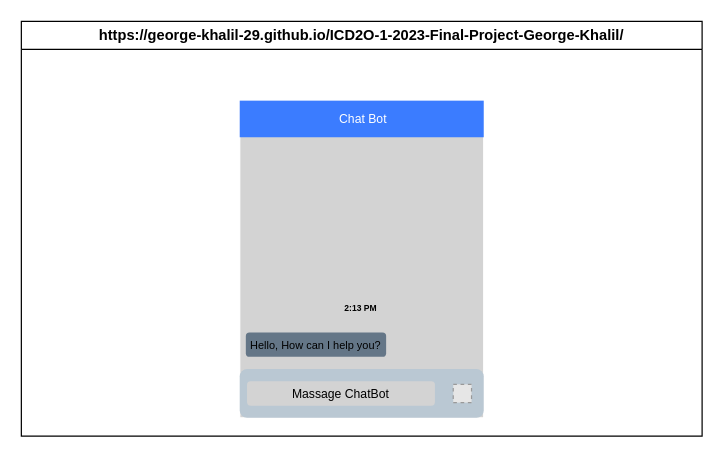
Above: design/storyboard.drawio in George-Khalil-29/ICD2O-1-2023-Final-Project-George-Khalil (draw.io), before the change. Source tidied: cells renumbered, new cells numbered last; positions are measured from the earlier drawing's top-left corner, leaving out a move shared by most shapes. Both pictures are drawn from the tidied source at 122%, with x=0, y=0 at pixel (21, 21). Pictures stored in the file or linked from it are replaced by grey dashed boxes.
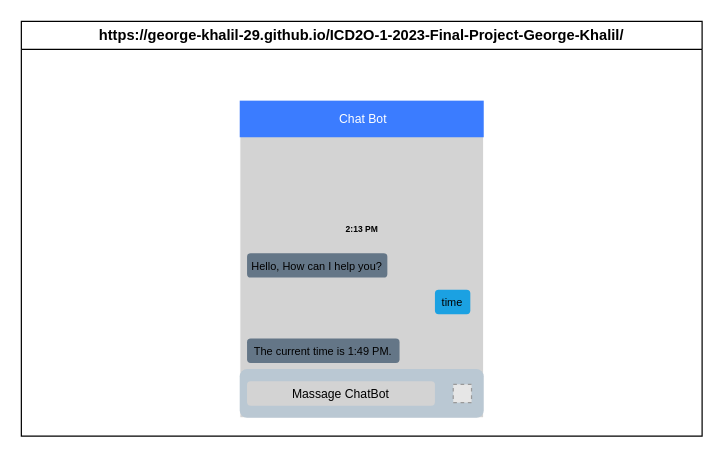
After the change.

Diff of the diagram source:
```diff
@@
 <mxGraphModel>
   <root>
     <mxCell id="0" />
     <mxCell id="1" parent="0" />
     <mxCell id="2" value="https://george-khalil-29.github.io/ICD2O-1-2023-Final-Project-George-Khalil/" style="swimlane;whiteSpace=wrap;html=1;" parent="1" vertex="1">
       <mxGeometry width="558" height="340" as="geometry" />
     </mxCell>
     <mxCell id="3" style="rounded=0;whiteSpace=wrap;html=1;fillColor=#D3D3D3;strokeColor=#FFFFFF;" parent="2" vertex="1">
       <mxGeometry x="179" y="65" width="200" height="260" as="geometry" />
     </mxCell>
     <mxCell id="4" style="rounded=1;whiteSpace=wrap;html=1;fillColor=#bac8d3;strokeColor=none;" parent="2" vertex="1">
       <mxGeometry x="179" y="285" width="200" height="40" as="geometry" />
     </mxCell>
     <mxCell id="5" value="&lt;font style=&quot;font-size: 10px;&quot; color=&quot;#000000&quot;&gt;Massage ChatBot&lt;/font&gt;" style="rounded=1;whiteSpace=wrap;html=1;fillColor=#D3D3D3;strokeColor=none;" parent="2" vertex="1">
       <mxGeometry x="185" y="295" width="154" height="20" as="geometry" />
     </mxCell>
     <mxCell id="6" style="fillColor=#E6E6E6;strokeColor=#999999;dashed=1;verticalLabelPosition=bottom;verticalAlign=top;" parent="2" vertex="1">
       <mxGeometry x="354" y="297.5" width="15" height="15" as="geometry" />
     </mxCell>
     <mxCell id="7" value="&lt;font style=&quot;font-size: 9px;&quot; color=&quot;#000000&quot;&gt;Hello, How can I help you?&lt;/font&gt;" style="rounded=1;whiteSpace=wrap;html=1;fontSize=10;fillColor=#647687;strokeColor=none;fontColor=#ffffff;" parent="2" vertex="1">
-      <mxGeometry x="184" y="255" width="115" height="20" as="geometry" />
+      <mxGeometry x="185" y="190" width="115" height="20" as="geometry" />
     </mxCell>
     <mxCell id="8" value="&lt;b&gt;&lt;font style=&quot;font-size: 7px;&quot;&gt;2:13 PM&lt;/font&gt;&lt;/b&gt;" style="text;html=1;align=center;verticalAlign=middle;strokeColor=none;fillColor=none;fontSize=9;fontColor=#000000;" parent="2" vertex="1">
-      <mxGeometry x="253" y="225" width="50" height="20" as="geometry" />
+      <mxGeometry x="254" y="160" width="50" height="20" as="geometry" />
     </mxCell>
     <mxCell id="9" value="&lt;font style=&quot;font-size: 10px;&quot; color=&quot;#ffffff&quot;&gt;&amp;nbsp;Chat Bot&lt;/font&gt;" style="rounded=0;whiteSpace=wrap;html=1;fontSize=7;fontColor=#000000;fillColor=#3B7CFF;strokeColor=none;" parent="2" vertex="1">
       <mxGeometry x="179" y="65" width="200" height="30" as="geometry" />
     </mxCell>
+    <mxCell id="10" value="&lt;font style=&quot;font-size: 9px;&quot; color=&quot;#000000&quot;&gt;time&lt;/font&gt;" style="rounded=1;whiteSpace=wrap;html=1;fontSize=10;fillColor=#1ba1e2;strokeColor=none;fontColor=#ffffff;" parent="2" vertex="1">
+      <mxGeometry x="339" y="220" width="29" height="20" as="geometry" />
+    </mxCell>
+    <mxCell id="11" value="&lt;font style=&quot;font-size: 9px;&quot; color=&quot;#000000&quot;&gt;The current time is 1:49 PM.&lt;/font&gt;" style="rounded=1;whiteSpace=wrap;html=1;fontSize=10;fillColor=#647687;strokeColor=none;fontColor=#ffffff;" parent="2" vertex="1">
+      <mxGeometry x="185" y="260" width="125" height="20" as="geometry" />
+    </mxCell>
   </root>
 </mxGraphModel>
```
